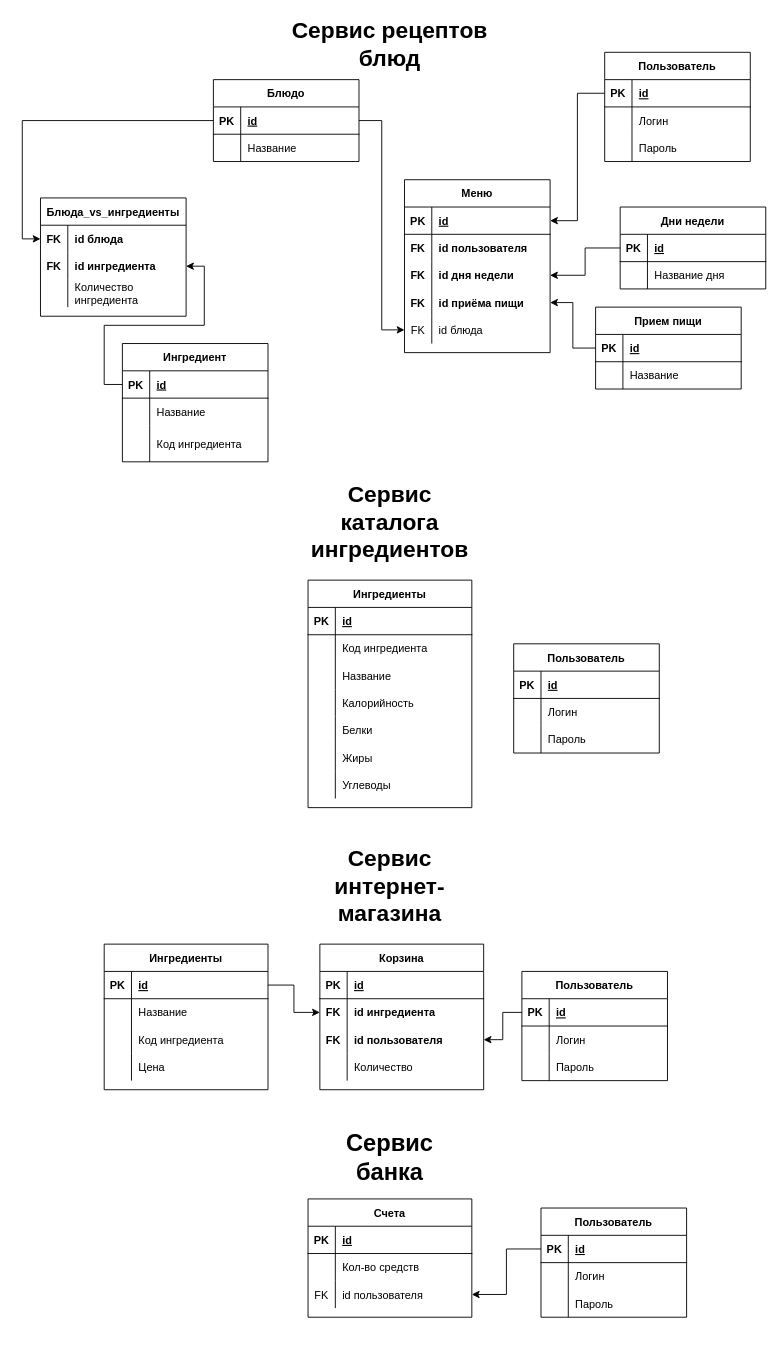
This is otherFiles/SOA.drawio from Shahnovski/ProjectSOA, a draw.io file, before an edit. Source tidied: cells renumbered, new cells numbered last; positions are measured from the earlier drawing's top-left corner, leaving out a move shared by most shapes. Both pictures are drawn from the tidied source at 91%, with x=0, y=0 at pixel (40, 15).
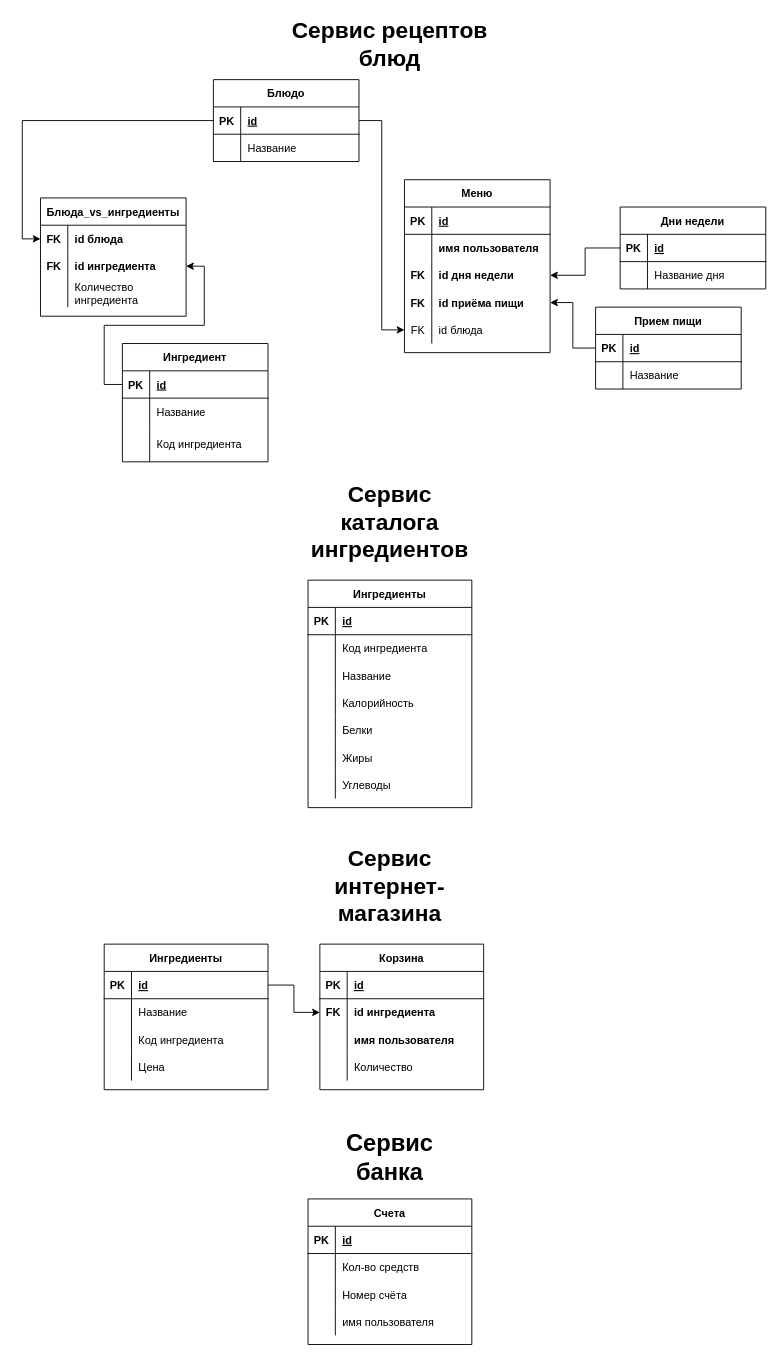
After the change.

The change refers to these unchanged cells:
```xml
<mxCell id="105" style="shape=partialRectangle;fillColor=none;top=0;left=0;bottom=0;right=0;points=[[0,0.5],[1,0.5]];portConstraint=eastwest;" parent="104" vertex="1">
  <mxGeometry y="30" width="160" height="30" as="geometry" />
</mxCell>
<mxCell id="108" style="shape=partialRectangle;fillColor=none;top=0;left=0;bottom=0;right=0;" parent="104" vertex="1">
  <mxGeometry y="60" width="160" height="30" as="geometry" />
</mxCell>
<mxCell id="162" style="shape=partialRectangle;fillColor=none;top=0;left=0;bottom=0;right=0;points=[[0,0.5],[1,0.5]];portConstraint=eastwest;" parent="155" vertex="1">
  <mxGeometry y="90" width="180" height="30" as="geometry" />
</mxCell>
```

The edit, as a diff of the source:
```diff
@@
     <mxCell id="84" value="Счета" style="shape=table;startSize=30;childLayout=tableLayout;rowLines=0;fontStyle=1;align=center;" parent="1" vertex="1">
-      <mxGeometry x="294" y="1300" width="180" height="130" as="geometry" />
+      <mxGeometry x="294" y="1300" width="180" height="160" as="geometry" />
     </mxCell>
@@
+    <mxCell id="173" style="shape=partialRectangle;fillColor=none;top=0;left=0;bottom=0;right=0;" parent="84" vertex="1">
+      <mxGeometry y="90" width="180" height="30" as="geometry" />
+    </mxCell>
+    <mxCell id="174" style="shape=partialRectangle;fillColor=none;top=0;left=0;bottom=0;right=0;overflow=hidden;" parent="173" vertex="1">
+      <mxGeometry width="30" height="30" as="geometry" />
+    </mxCell>
+    <mxCell id="175" value="Номер счёта" style="shape=partialRectangle;fillColor=none;top=0;left=0;bottom=0;right=0;align=left;spacingLeft=6;overflow=hidden;" parent="173" vertex="1">
+      <mxGeometry x="30" width="150" height="30" as="geometry" />
+    </mxCell>
     <mxCell id="91" style="shape=partialRectangle;fillColor=none;top=0;left=0;bottom=0;right=0;points=[[0,0.5],[1,0.5]];portConstraint=eastwest;" parent="84" vertex="1">
-      <mxGeometry y="90" width="180" height="30" as="geometry" />
+      <mxGeometry y="120" width="180" height="30" as="geometry" />
     </mxCell>
-    <mxCell id="92" value="FK" style="shape=partialRectangle;fillColor=none;top=0;left=0;bottom=0;right=0;overflow=hidden;" parent="91" vertex="1">
+    <mxCell id="92" style="shape=partialRectangle;fillColor=none;top=0;left=0;bottom=0;right=0;overflow=hidden;" parent="91" vertex="1">
       <mxGeometry width="30" height="30" as="geometry" />
     </mxCell>
-    <mxCell id="93" value="id пользователя" style="shape=partialRectangle;fillColor=none;top=0;left=0;bottom=0;right=0;align=left;spacingLeft=6;overflow=hidden;" parent="91" vertex="1">
+    <mxCell id="93" value="имя пользователя" style="shape=partialRectangle;fillColor=none;top=0;left=0;bottom=0;right=0;align=left;spacingLeft=6;overflow=hidden;" parent="91" vertex="1">
       <mxGeometry x="30" width="150" height="30" as="geometry" />
     </mxCell>
-    <mxCell id="94" value="Пользователь" style="shape=table;startSize=30;childLayout=tableLayout;rowLines=0;fontStyle=1;align=center;" parent="1" vertex="1">
-      <mxGeometry x="620" y="40" width="160" height="120" as="geometry" />
-    </mxCell>
-    <mxCell id="95" style="shape=partialRectangle;fillColor=none;top=0;left=0;bottom=1;right=0;points=[[0,0.5],[1,0.5]];portConstraint=eastwest;" parent="94" vertex="1">
-      <mxGeometry y="30" width="160" height="30" as="geometry" />
-    </mxCell>
-    <mxCell id="96" value="PK" style="shape=partialRectangle;fillColor=none;top=0;left=0;bottom=0;right=0;fontStyle=1;overflow=hidden;" parent="95" vertex="1">
-      <mxGeometry width="30" height="30" as="geometry" />
-    </mxCell>
-    <mxCell id="97" value="id" style="shape=partialRectangle;fillColor=none;top=0;left=0;bottom=0;right=0;align=left;spacingLeft=6;fontStyle=5;overflow=hidden;" parent="95" vertex="1">
-      <mxGeometry x="30" width="130" height="30" as="geometry" />
-    </mxCell>
-    <mxCell id="98" style="shape=partialRectangle;fillColor=none;top=0;left=0;bottom=0;right=0;" parent="94" vertex="1">
-      <mxGeometry y="60" width="160" height="30" as="geometry" />
-    </mxCell>
-    <mxCell id="99" style="shape=partialRectangle;fillColor=none;top=0;left=0;bottom=0;right=0;overflow=hidden;" parent="98" vertex="1">
-      <mxGeometry width="30" height="30" as="geometry" />
-    </mxCell>
-    <mxCell id="100" value="Логин" style="shape=partialRectangle;fillColor=none;top=0;left=0;bottom=0;right=0;align=left;spacingLeft=6;overflow=hidden;" parent="98" vertex="1">
-      <mxGeometry x="30" width="130" height="30" as="geometry" />
-    </mxCell>
-    <mxCell id="101" style="shape=partialRectangle;fillColor=none;top=0;left=0;bottom=0;right=0;" parent="94" vertex="1">
-      <mxGeometry y="90" width="160" height="30" as="geometry" />
-    </mxCell>
-    <mxCell id="102" style="shape=partialRectangle;fillColor=none;top=0;left=0;bottom=0;right=0;overflow=hidden;" parent="101" vertex="1">
-      <mxGeometry width="30" height="30" as="geometry" />
-    </mxCell>
-    <mxCell id="103" value="Пароль" style="shape=partialRectangle;fillColor=none;top=0;left=0;bottom=0;right=0;align=left;spacingLeft=6;overflow=hidden;" parent="101" vertex="1">
-      <mxGeometry x="30" width="130" height="30" as="geometry" />
-    </mxCell>
@@
-    <mxCell id="109" value="FK" style="shape=partialRectangle;fillColor=none;top=0;left=0;bottom=0;right=0;overflow=hidden;fontStyle=1;" parent="108" vertex="1">
+    <mxCell id="109" style="shape=partialRectangle;fillColor=none;top=0;left=0;bottom=0;right=0;overflow=hidden;fontStyle=1;" parent="108" vertex="1">
       <mxGeometry width="30" height="30" as="geometry" />
     </mxCell>
-    <mxCell id="110" value="id пользователя" style="shape=partialRectangle;fillColor=none;top=0;left=0;bottom=0;right=0;align=left;spacingLeft=6;overflow=hidden;fontStyle=1;" parent="108" vertex="1">
+    <mxCell id="110" value="имя пользователя" style="shape=partialRectangle;fillColor=none;top=0;left=0;bottom=0;right=0;align=left;spacingLeft=6;overflow=hidden;fontStyle=1;" parent="108" vertex="1">
       <mxGeometry x="30" width="130" height="30" as="geometry" />
     </mxCell>
@@
-    <mxCell id="120" style="edgeStyle=orthogonalEdgeStyle;rounded=0;jettySize=auto;html=1;exitX=0;exitY=0.5;exitDx=0;exitDy=0;entryX=1;entryY=0.5;entryDx=0;entryDy=0;" parent="1" edge="1" source="95" target="105">
-      <mxGeometry relative="1" as="geometry" />
-    </mxCell>
@@
-    <mxCell id="124" value="Пользователь" style="shape=table;startSize=30;childLayout=tableLayout;rowLines=0;fontStyle=1;align=center;" parent="1" vertex="1">
-      <mxGeometry x="520" y="690" width="160" height="120" as="geometry" />
-    </mxCell>
-    <mxCell id="125" style="shape=partialRectangle;fillColor=none;top=0;left=0;bottom=1;right=0;" parent="124" vertex="1">
-      <mxGeometry y="30" width="160" height="30" as="geometry" />
-    </mxCell>
-    <mxCell id="126" value="PK" style="shape=partialRectangle;fillColor=none;top=0;left=0;bottom=0;right=0;fontStyle=1;overflow=hidden;" parent="125" vertex="1">
-      <mxGeometry width="30" height="30" as="geometry" />
-    </mxCell>
-    <mxCell id="127" value="id" style="shape=partialRectangle;fillColor=none;top=0;left=0;bottom=0;right=0;align=left;spacingLeft=6;fontStyle=5;overflow=hidden;" parent="125" vertex="1">
-      <mxGeometry x="30" width="130" height="30" as="geometry" />
-    </mxCell>
-    <mxCell id="128" style="shape=partialRectangle;fillColor=none;top=0;left=0;bottom=0;right=0;" parent="124" vertex="1">
-      <mxGeometry y="60" width="160" height="30" as="geometry" />
-    </mxCell>
-    <mxCell id="129" style="shape=partialRectangle;fillColor=none;top=0;left=0;bottom=0;right=0;overflow=hidden;" parent="128" vertex="1">
-      <mxGeometry width="30" height="30" as="geometry" />
-    </mxCell>
-    <mxCell id="130" value="Логин" style="shape=partialRectangle;fillColor=none;top=0;left=0;bottom=0;right=0;align=left;spacingLeft=6;overflow=hidden;" parent="128" vertex="1">
-      <mxGeometry x="30" width="130" height="30" as="geometry" />
-    </mxCell>
-    <mxCell id="131" style="shape=partialRectangle;fillColor=none;top=0;left=0;bottom=0;right=0;" parent="124" vertex="1">
-      <mxGeometry y="90" width="160" height="30" as="geometry" />
-    </mxCell>
-    <mxCell id="132" style="shape=partialRectangle;fillColor=none;top=0;left=0;bottom=0;right=0;overflow=hidden;" parent="131" vertex="1">
-      <mxGeometry width="30" height="30" as="geometry" />
-    </mxCell>
-    <mxCell id="133" value="Пароль" style="shape=partialRectangle;fillColor=none;top=0;left=0;bottom=0;right=0;align=left;spacingLeft=6;overflow=hidden;" parent="131" vertex="1">
-      <mxGeometry x="30" width="130" height="30" as="geometry" />
-    </mxCell>
-    <mxCell id="134" value="Пользователь" style="shape=table;startSize=30;childLayout=tableLayout;rowLines=0;fontStyle=1;align=center;" parent="1" vertex="1">
-      <mxGeometry x="529" y="1050" width="160" height="120" as="geometry" />
-    </mxCell>
-    <mxCell id="135" style="shape=partialRectangle;fillColor=none;top=0;left=0;bottom=1;right=0;points=[[0,0.5],[1,0.5]];portConstraint=eastwest;" parent="134" vertex="1">
-      <mxGeometry y="30" width="160" height="30" as="geometry" />
-    </mxCell>
-    <mxCell id="136" value="PK" style="shape=partialRectangle;fillColor=none;top=0;left=0;bottom=0;right=0;fontStyle=1;overflow=hidden;" parent="135" vertex="1">
-      <mxGeometry width="30" height="30" as="geometry" />
-    </mxCell>
-    <mxCell id="137" value="id" style="shape=partialRectangle;fillColor=none;top=0;left=0;bottom=0;right=0;align=left;spacingLeft=6;fontStyle=5;overflow=hidden;" parent="135" vertex="1">
-      <mxGeometry x="30" width="130" height="30" as="geometry" />
-    </mxCell>
-    <mxCell id="138" style="shape=partialRectangle;fillColor=none;top=0;left=0;bottom=0;right=0;" parent="134" vertex="1">
-      <mxGeometry y="60" width="160" height="30" as="geometry" />
-    </mxCell>
-    <mxCell id="139" style="shape=partialRectangle;fillColor=none;top=0;left=0;bottom=0;right=0;overflow=hidden;" parent="138" vertex="1">
-      <mxGeometry width="30" height="30" as="geometry" />
-    </mxCell>
-    <mxCell id="140" value="Логин" style="shape=partialRectangle;fillColor=none;top=0;left=0;bottom=0;right=0;align=left;spacingLeft=6;overflow=hidden;" parent="138" vertex="1">
-      <mxGeometry x="30" width="130" height="30" as="geometry" />
-    </mxCell>
-    <mxCell id="141" style="shape=partialRectangle;fillColor=none;top=0;left=0;bottom=0;right=0;" parent="134" vertex="1">
-      <mxGeometry y="90" width="160" height="30" as="geometry" />
-    </mxCell>
-    <mxCell id="142" style="shape=partialRectangle;fillColor=none;top=0;left=0;bottom=0;right=0;overflow=hidden;" parent="141" vertex="1">
-      <mxGeometry width="30" height="30" as="geometry" />
-    </mxCell>
-    <mxCell id="143" value="Пароль" style="shape=partialRectangle;fillColor=none;top=0;left=0;bottom=0;right=0;align=left;spacingLeft=6;overflow=hidden;" parent="141" vertex="1">
-      <mxGeometry x="30" width="130" height="30" as="geometry" />
-    </mxCell>
-    <mxCell id="144" value="Пользователь" style="shape=table;startSize=30;childLayout=tableLayout;rowLines=0;fontStyle=1;align=center;" parent="1" vertex="1">
-      <mxGeometry x="550" y="1310" width="160" height="120" as="geometry" />
-    </mxCell>
-    <mxCell id="145" style="shape=partialRectangle;fillColor=none;top=0;left=0;bottom=1;right=0;points=[[0,0.5],[1,0.5]];portConstraint=eastwest;" parent="144" vertex="1">
-      <mxGeometry y="30" width="160" height="30" as="geometry" />
-    </mxCell>
-    <mxCell id="146" value="PK" style="shape=partialRectangle;fillColor=none;top=0;left=0;bottom=0;right=0;fontStyle=1;overflow=hidden;" parent="145" vertex="1">
-      <mxGeometry width="30" height="30" as="geometry" />
-    </mxCell>
-    <mxCell id="147" value="id" style="shape=partialRectangle;fillColor=none;top=0;left=0;bottom=0;right=0;align=left;spacingLeft=6;fontStyle=5;overflow=hidden;" parent="145" vertex="1">
-      <mxGeometry x="30" width="130" height="30" as="geometry" />
-    </mxCell>
-    <mxCell id="148" style="shape=partialRectangle;fillColor=none;top=0;left=0;bottom=0;right=0;" parent="144" vertex="1">
-      <mxGeometry y="60" width="160" height="30" as="geometry" />
-    </mxCell>
-    <mxCell id="149" style="shape=partialRectangle;fillColor=none;top=0;left=0;bottom=0;right=0;overflow=hidden;" parent="148" vertex="1">
-      <mxGeometry width="30" height="30" as="geometry" />
-    </mxCell>
-    <mxCell id="150" value="Логин" style="shape=partialRectangle;fillColor=none;top=0;left=0;bottom=0;right=0;align=left;spacingLeft=6;overflow=hidden;" parent="148" vertex="1">
-      <mxGeometry x="30" width="130" height="30" as="geometry" />
-    </mxCell>
-    <mxCell id="151" style="shape=partialRectangle;fillColor=none;top=0;left=0;bottom=0;right=0;" parent="144" vertex="1">
-      <mxGeometry y="90" width="160" height="30" as="geometry" />
-    </mxCell>
-    <mxCell id="152" style="shape=partialRectangle;fillColor=none;top=0;left=0;bottom=0;right=0;overflow=hidden;" parent="151" vertex="1">
-      <mxGeometry width="30" height="30" as="geometry" />
-    </mxCell>
-    <mxCell id="153" value="Пароль" style="shape=partialRectangle;fillColor=none;top=0;left=0;bottom=0;right=0;align=left;spacingLeft=6;overflow=hidden;" parent="151" vertex="1">
-      <mxGeometry x="30" width="130" height="30" as="geometry" />
-    </mxCell>
-    <mxCell id="154" style="edgeStyle=orthogonalEdgeStyle;rounded=0;jettySize=auto;html=1;exitX=0;exitY=0.5;exitDx=0;exitDy=0;entryX=1;entryY=0.5;entryDx=0;entryDy=0;" parent="1" edge="1" source="145" target="91">
-      <mxGeometry relative="1" as="geometry" />
-    </mxCell>
@@
-    <mxCell id="163" value="FK" style="shape=partialRectangle;fillColor=none;top=0;left=0;bottom=0;right=0;overflow=hidden;fontStyle=1;" parent="162" vertex="1">
+    <mxCell id="163" style="shape=partialRectangle;fillColor=none;top=0;left=0;bottom=0;right=0;overflow=hidden;fontStyle=1;" parent="162" vertex="1">
       <mxGeometry width="30" height="30" as="geometry" />
     </mxCell>
-    <mxCell id="164" value="id пользователя" style="shape=partialRectangle;fillColor=none;top=0;left=0;bottom=0;right=0;align=left;spacingLeft=6;overflow=hidden;fontStyle=1;" parent="162" vertex="1">
+    <mxCell id="164" value="имя пользователя" style="shape=partialRectangle;fillColor=none;top=0;left=0;bottom=0;right=0;align=left;spacingLeft=6;overflow=hidden;fontStyle=1;" parent="162" vertex="1">
       <mxGeometry x="30" width="150" height="30" as="geometry" />
     </mxCell>
@@
-    <mxCell id="171" style="edgeStyle=orthogonalEdgeStyle;rounded=0;jettySize=auto;html=1;exitX=0;exitY=0.5;exitDx=0;exitDy=0;entryX=1;entryY=0.5;entryDx=0;entryDy=0;" parent="1" edge="1" source="135" target="162">
-      <mxGeometry relative="1" as="geometry" />
-    </mxCell>
```
